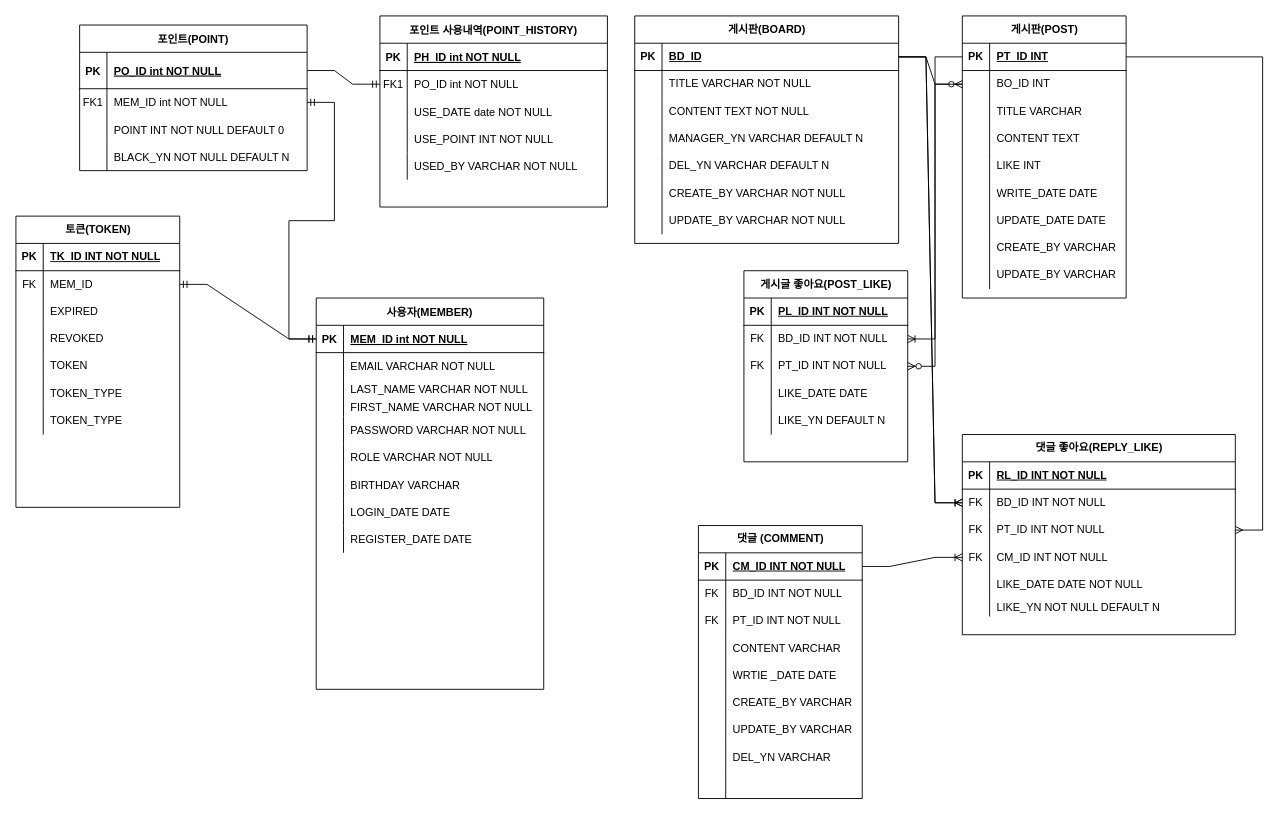
Above: docs/나들이_ERD.drawio in DongJu-Na/Nadry (draw.io), before the change. Source tidied: cells renumbered, new cells numbered last; positions are measured from the earlier drawing's top-left corner, leaving out a move shared by most shapes. Both pictures are drawn from the tidied source at 91%, with x=0, y=0 at pixel (15, 15).
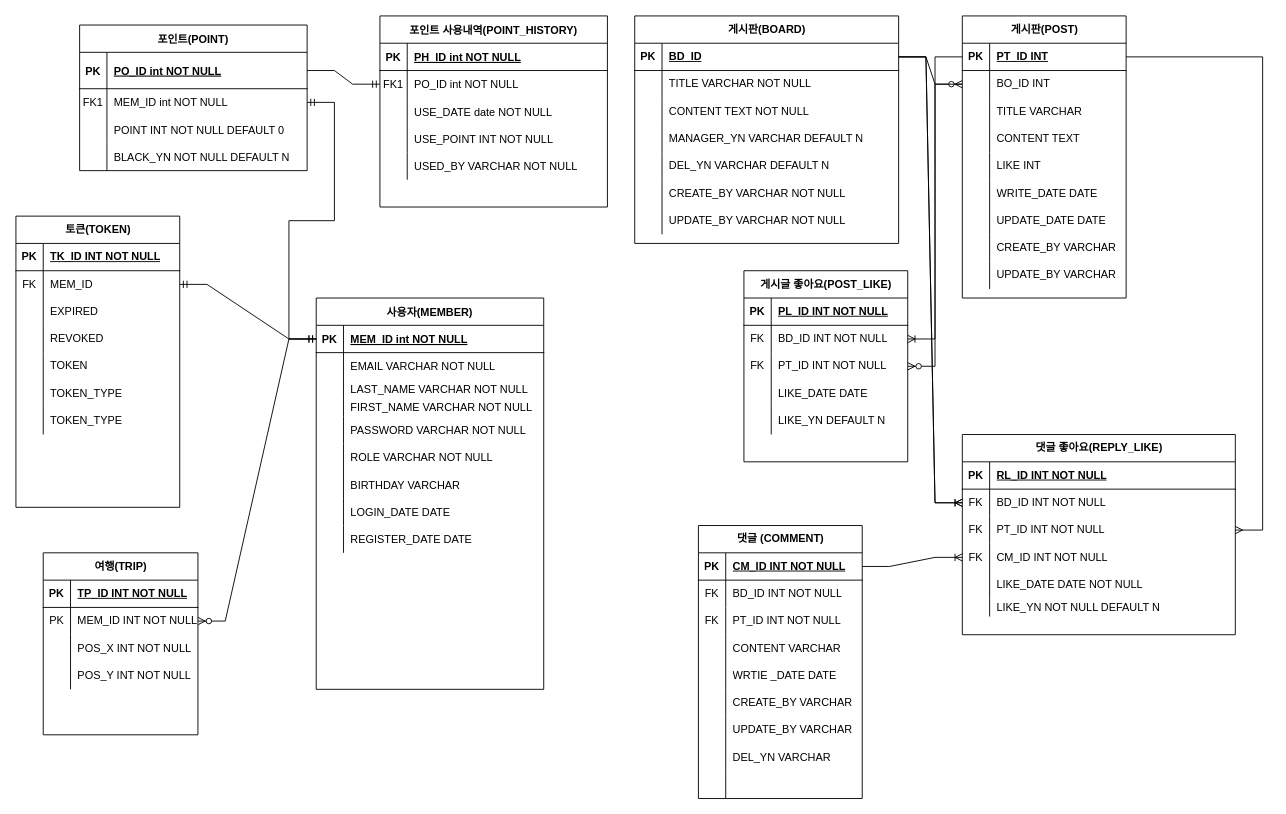
Above is the later version.

Commit message:
docs : 나들이 ERD 초안 수정 VER 0.2

docs : 나들이 ERD 초안 수정 VER 0.2

The change refers to these unchanged cells:
```xml
<mxCell id="3" style="shape=partialRectangle;fillColor=none;points=[[0,0.5],[1,0.5]];portConstraint=eastwest;top=0;left=0;right=0;bottom=1;" parent="2" vertex="1">
  <mxGeometry y="30" width="250" height="30" as="geometry" />
</mxCell>
```

What changed in the source:
```diff
@@
+    <mxCell id="204" value="여행(TRIP)" style="shape=table;startSize=30;childLayout=tableLayout;rowLines=0;fontStyle=1;align=center;html=1;" parent="1" vertex="1">
+      <mxGeometry x="30" y="590" width="170" height="200" as="geometry" />
+    </mxCell>
+    <mxCell id="205" style="shape=tableRow;horizontal=0;startSize=0;swimlaneHead=0;swimlaneBody=0;fillColor=none;top=0;left=0;right=0;bottom=1;" parent="204" vertex="1">
+      <mxGeometry y="30" width="170" height="30" as="geometry" />
+    </mxCell>
+    <mxCell id="206" value="PK" style="shape=partialRectangle;fillColor=none;top=0;left=0;bottom=0;right=0;fontStyle=1;overflow=hidden;whiteSpace=wrap;html=1;" parent="205" vertex="1">
+      <mxGeometry width="30" height="30" as="geometry" />
+    </mxCell>
+    <mxCell id="207" value="TP_ID INT NOT NULL" style="shape=partialRectangle;fillColor=none;top=0;left=0;bottom=0;right=0;align=left;spacingLeft=6;fontStyle=5;overflow=hidden;whiteSpace=wrap;html=1;" parent="205" vertex="1">
+      <mxGeometry x="30" width="140" height="30" as="geometry" />
+    </mxCell>
+    <mxCell id="208" style="shape=tableRow;horizontal=0;startSize=0;swimlaneHead=0;swimlaneBody=0;fillColor=none;points=[[0,0.5],[1,0.5]];portConstraint=eastwest;top=0;left=0;right=0;bottom=0;" parent="204" vertex="1">
+      <mxGeometry y="60" width="170" height="30" as="geometry" />
+    </mxCell>
+    <mxCell id="209" value="PK" style="shape=partialRectangle;fillColor=none;top=0;left=0;bottom=0;right=0;overflow=hidden;whiteSpace=wrap;html=1;" parent="208" vertex="1">
+      <mxGeometry width="30" height="30" as="geometry" />
+    </mxCell>
+    <mxCell id="210" value="MEM_ID INT NOT NULL" style="shape=partialRectangle;fillColor=none;top=0;left=0;bottom=0;right=0;align=left;spacingLeft=6;overflow=hidden;whiteSpace=wrap;html=1;" parent="208" vertex="1">
+      <mxGeometry x="30" width="140" height="30" as="geometry" />
+    </mxCell>
+    <mxCell id="211" style="shape=tableRow;horizontal=0;startSize=0;swimlaneHead=0;swimlaneBody=0;fillColor=none;top=0;left=0;right=0;bottom=0;" parent="204" vertex="1">
+      <mxGeometry y="90" width="170" height="30" as="geometry" />
+    </mxCell>
+    <mxCell id="212" style="shape=partialRectangle;fillColor=none;top=0;left=0;bottom=0;right=0;overflow=hidden;whiteSpace=wrap;html=1;" parent="211" vertex="1">
+      <mxGeometry width="30" height="30" as="geometry" />
+    </mxCell>
+    <mxCell id="213" value="POS_X INT NOT NULL" style="shape=partialRectangle;fillColor=none;top=0;left=0;bottom=0;right=0;align=left;spacingLeft=6;overflow=hidden;whiteSpace=wrap;html=1;" parent="211" vertex="1">
+      <mxGeometry x="30" width="140" height="30" as="geometry" />
+    </mxCell>
+    <mxCell id="214" style="shape=tableRow;horizontal=0;startSize=0;swimlaneHead=0;swimlaneBody=0;fillColor=none;top=0;left=0;right=0;bottom=0;" parent="204" vertex="1">
+      <mxGeometry y="120" width="170" height="30" as="geometry" />
+    </mxCell>
+    <mxCell id="215" style="shape=partialRectangle;fillColor=none;top=0;left=0;bottom=0;right=0;overflow=hidden;whiteSpace=wrap;html=1;" parent="214" vertex="1">
+      <mxGeometry width="30" height="30" as="geometry" />
+    </mxCell>
+    <mxCell id="216" value="POS_Y INT NOT NULL" style="shape=partialRectangle;fillColor=none;top=0;left=0;bottom=0;right=0;align=left;spacingLeft=6;overflow=hidden;whiteSpace=wrap;html=1;" parent="214" vertex="1">
+      <mxGeometry x="30" width="140" height="30" as="geometry" />
+    </mxCell>
+    <mxCell id="217" style="edgeStyle=entityRelationEdgeStyle;fontSize=12;html=1;endArrow=ERzeroToMany;endFill=1;rounded=0;entryX=1;entryY=0.5;entryDx=0;entryDy=0;exitX=0;exitY=0.5;exitDx=0;exitDy=0;" parent="1" edge="1" source="3" target="208">
+      <mxGeometry relative="1" as="geometry" />
+    </mxCell>
```
